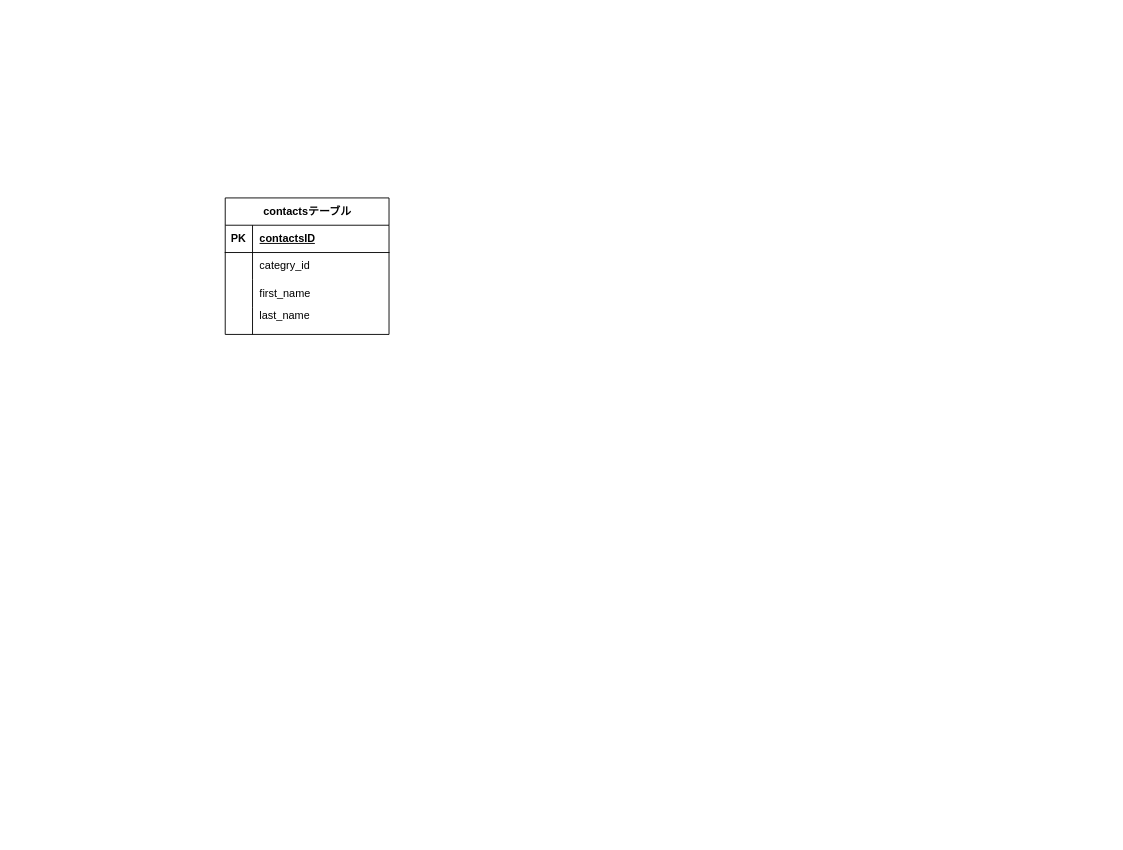
taotomo/test_contact-form keeps this draw.io diagram as docs/er-diagram.drawio. Above is the earlier version. Source tidied: cells renumbered, new cells numbered last; positions are measured from the earlier drawing's top-left corner, leaving out a move shared by most shapes. Both pictures are drawn from the tidied source at 91%, with x=0, y=0 at pixel (15, 15).
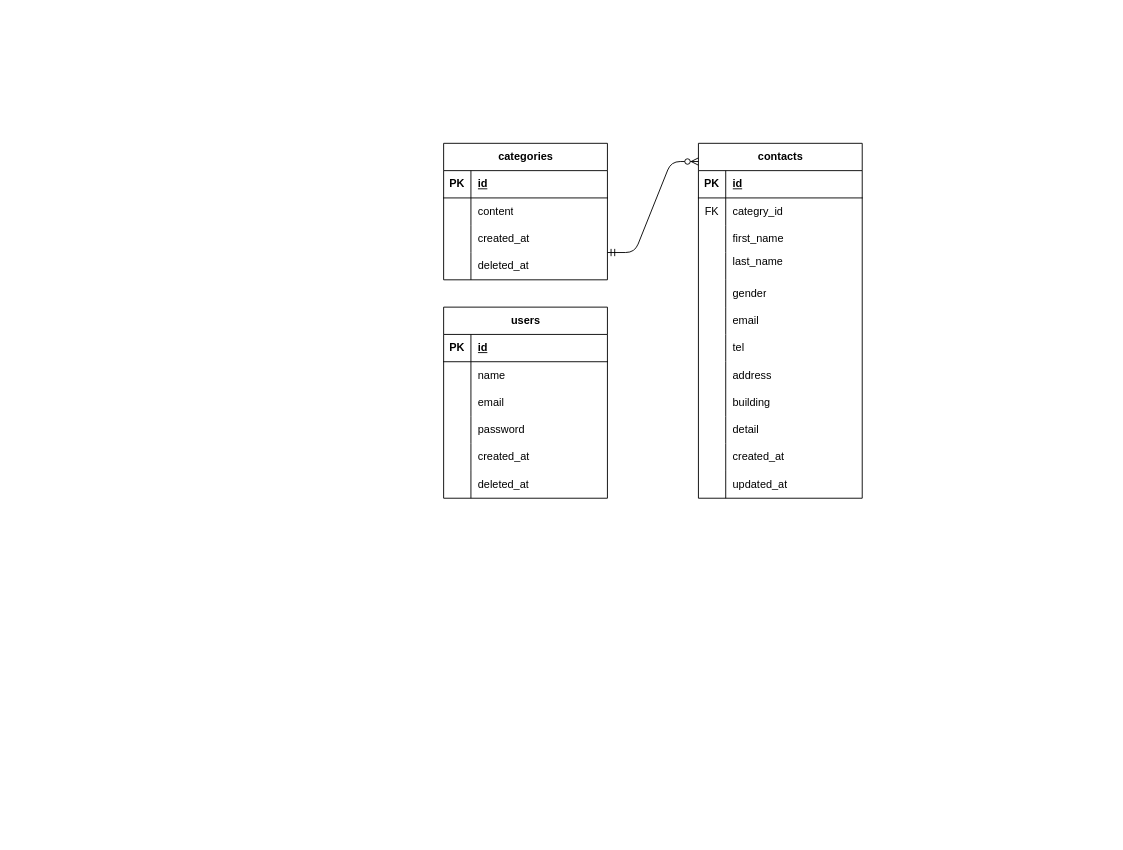
Above is the later version.

Unchanged cells that the change refers to:
```xml
<mxCell id="5" style="shape=tableRow;horizontal=0;startSize=0;swimlaneHead=0;swimlaneBody=0;fillColor=none;top=0;left=0;right=0;bottom=1;" parent="4" vertex="1">
  <mxGeometry y="30" width="180" height="30" as="geometry" />
</mxCell>
<mxCell id="8" style="shape=tableRow;horizontal=0;startSize=0;swimlaneHead=0;swimlaneBody=0;fillColor=none;top=0;left=0;right=0;bottom=0;" parent="4" vertex="1">
  <mxGeometry y="60" width="180" height="30" as="geometry" />
</mxCell>
<mxCell id="11" style="shape=tableRow;horizontal=0;startSize=0;swimlaneHead=0;swimlaneBody=0;fillColor=none;top=0;left=0;right=0;bottom=0;" parent="4" vertex="1">
  <mxGeometry y="90" width="180" height="30" as="geometry" />
</mxCell>
```

Change to the diagram source:
```diff
@@
-    <mxCell id="3" style="edgeStyle=elbowEdgeStyle;elbow=horizontal;rounded=1;html=1;endArrow=block;strokeColor=#ffffff;" parent="1" edge="1">
+    <mxCell id="3" style="edgeStyle=elbowEdgeStyle;elbow=horizontal;rounded=1;html=1;endArrow=block;strokeColor=#ffffff;" parent="1" edge="1" source="62">
       <mxGeometry relative="1" as="geometry">
-        <mxPoint x="620" y="240" as="sourcePoint" />
         <mxPoint x="530" y="240" as="targetPoint" />
       </mxGeometry>
     </mxCell>
-    <mxCell id="4" value="contactsテーブル" style="shape=table;startSize=30;childLayout=tableLayout;rowLines=0;fontStyle=1;align=center;html=1;" parent="1" vertex="1">
-      <mxGeometry x="230" y="200" width="180" height="150" as="geometry" />
+    <mxCell id="4" value="contacts" style="shape=table;startSize=30;childLayout=tableLayout;rowLines=0;fontStyle=1;align=center;html=1;" parent="1" vertex="1">
+      <mxGeometry x="750" y="140" width="180" height="390" as="geometry" />
     </mxCell>
@@
-    <mxCell id="7" value="contactsID" style="shape=partialRectangle;fillColor=none;top=0;left=0;bottom=0;right=0;align=left;spacingLeft=6;fontStyle=5;overflow=hidden;whiteSpace=wrap;html=1;" parent="5" vertex="1">
+    <mxCell id="7" value="id" style="shape=partialRectangle;fillColor=none;top=0;left=0;bottom=0;right=0;align=left;spacingLeft=6;fontStyle=5;overflow=hidden;whiteSpace=wrap;html=1;" parent="5" vertex="1">
       <mxGeometry x="30" width="150" height="30" as="geometry" />
     </mxCell>
@@
-    <mxCell id="9" style="shape=partialRectangle;fillColor=none;top=0;left=0;bottom=0;right=0;overflow=hidden;whiteSpace=wrap;html=1;" parent="8" vertex="1">
+    <mxCell id="9" value="FK" style="shape=partialRectangle;fillColor=none;top=0;left=0;bottom=0;right=0;overflow=hidden;whiteSpace=wrap;html=1;" parent="8" vertex="1">
       <mxGeometry width="30" height="30" as="geometry" />
     </mxCell>
@@
-    <mxCell id="13" value="first_name" style="shape=partialRectangle;fillColor=none;top=0;left=0;bottom=0;right=0;align=left;spacingLeft=6;overflow=hidden;whiteSpace=wrap;html=1;" parent="11" vertex="1">
+    <mxCell id="13" value="first_name&lt;span style=&quot;white-space: pre;&quot;&gt;&#9;&lt;/span&gt;" style="shape=partialRectangle;fillColor=none;top=0;left=0;bottom=0;right=0;align=left;spacingLeft=6;overflow=hidden;whiteSpace=wrap;html=1;" parent="11" vertex="1">
       <mxGeometry x="30" width="150" height="30" as="geometry" />
     </mxCell>
@@
+    <mxCell id="17" style="shape=tableRow;horizontal=0;startSize=0;swimlaneHead=0;swimlaneBody=0;fillColor=none;top=0;left=0;right=0;bottom=0;" parent="4" vertex="1">
+      <mxGeometry y="150" width="180" height="30" as="geometry" />
+    </mxCell>
+    <mxCell id="18" style="shape=partialRectangle;fillColor=none;top=0;left=0;bottom=0;right=0;overflow=hidden;whiteSpace=wrap;html=1;" parent="17" vertex="1">
+      <mxGeometry width="30" height="30" as="geometry" />
+    </mxCell>
+    <mxCell id="19" value="&lt;div&gt;gender&lt;/div&gt;" style="shape=partialRectangle;fillColor=none;top=0;left=0;bottom=0;right=0;align=left;spacingLeft=6;overflow=hidden;whiteSpace=wrap;html=1;" parent="17" vertex="1">
+      <mxGeometry x="30" width="150" height="30" as="geometry" />
+    </mxCell>
+    <mxCell id="20" style="shape=tableRow;horizontal=0;startSize=0;swimlaneHead=0;swimlaneBody=0;fillColor=none;top=0;left=0;right=0;bottom=0;" parent="4" vertex="1">
+      <mxGeometry y="180" width="180" height="30" as="geometry" />
+    </mxCell>
+    <mxCell id="21" style="shape=partialRectangle;fillColor=none;top=0;left=0;bottom=0;right=0;overflow=hidden;whiteSpace=wrap;html=1;" parent="20" vertex="1">
+      <mxGeometry width="30" height="30" as="geometry" />
+    </mxCell>
+    <mxCell id="22" value="&lt;div&gt;email&lt;/div&gt;" style="shape=partialRectangle;fillColor=none;top=0;left=0;bottom=0;right=0;align=left;spacingLeft=6;overflow=hidden;whiteSpace=wrap;html=1;" parent="20" vertex="1">
+      <mxGeometry x="30" width="150" height="30" as="geometry" />
+    </mxCell>
+    <mxCell id="23" style="shape=tableRow;horizontal=0;startSize=0;swimlaneHead=0;swimlaneBody=0;fillColor=none;top=0;left=0;right=0;bottom=0;" parent="4" vertex="1">
+      <mxGeometry y="210" width="180" height="30" as="geometry" />
+    </mxCell>
+    <mxCell id="24" style="shape=partialRectangle;fillColor=none;top=0;left=0;bottom=0;right=0;overflow=hidden;whiteSpace=wrap;html=1;" parent="23" vertex="1">
+      <mxGeometry width="30" height="30" as="geometry" />
+    </mxCell>
+    <mxCell id="25" value="&lt;div&gt;tel&lt;/div&gt;" style="shape=partialRectangle;fillColor=none;top=0;left=0;bottom=0;right=0;align=left;spacingLeft=6;overflow=hidden;whiteSpace=wrap;html=1;" parent="23" vertex="1">
+      <mxGeometry x="30" width="150" height="30" as="geometry" />
+    </mxCell>
+    <mxCell id="26" style="shape=tableRow;horizontal=0;startSize=0;swimlaneHead=0;swimlaneBody=0;fillColor=none;top=0;left=0;right=0;bottom=0;" parent="4" vertex="1">
+      <mxGeometry y="240" width="180" height="30" as="geometry" />
+    </mxCell>
+    <mxCell id="27" style="shape=partialRectangle;fillColor=none;top=0;left=0;bottom=0;right=0;overflow=hidden;whiteSpace=wrap;html=1;" parent="26" vertex="1">
+      <mxGeometry width="30" height="30" as="geometry" />
+    </mxCell>
+    <mxCell id="28" value="&lt;div&gt;address&lt;/div&gt;" style="shape=partialRectangle;fillColor=none;top=0;left=0;bottom=0;right=0;align=left;spacingLeft=6;overflow=hidden;whiteSpace=wrap;html=1;" parent="26" vertex="1">
+      <mxGeometry x="30" width="150" height="30" as="geometry" />
+    </mxCell>
+    <mxCell id="29" style="shape=tableRow;horizontal=0;startSize=0;swimlaneHead=0;swimlaneBody=0;fillColor=none;top=0;left=0;right=0;bottom=0;" parent="4" vertex="1">
+      <mxGeometry y="270" width="180" height="30" as="geometry" />
+    </mxCell>
+    <mxCell id="30" style="shape=partialRectangle;fillColor=none;top=0;left=0;bottom=0;right=0;overflow=hidden;whiteSpace=wrap;html=1;" parent="29" vertex="1">
+      <mxGeometry width="30" height="30" as="geometry" />
+    </mxCell>
+    <mxCell id="31" value="&lt;div&gt;building&lt;/div&gt;" style="shape=partialRectangle;fillColor=none;top=0;left=0;bottom=0;right=0;align=left;spacingLeft=6;overflow=hidden;whiteSpace=wrap;html=1;" parent="29" vertex="1">
+      <mxGeometry x="30" width="150" height="30" as="geometry" />
+    </mxCell>
+    <mxCell id="32" style="shape=tableRow;horizontal=0;startSize=0;swimlaneHead=0;swimlaneBody=0;fillColor=none;top=0;left=0;right=0;bottom=0;" parent="4" vertex="1">
+      <mxGeometry y="300" width="180" height="30" as="geometry" />
+    </mxCell>
+    <mxCell id="33" style="shape=partialRectangle;fillColor=none;top=0;left=0;bottom=0;right=0;overflow=hidden;whiteSpace=wrap;html=1;" parent="32" vertex="1">
+      <mxGeometry width="30" height="30" as="geometry" />
+    </mxCell>
+    <mxCell id="34" value="&lt;div&gt;detail&lt;/div&gt;" style="shape=partialRectangle;fillColor=none;top=0;left=0;bottom=0;right=0;align=left;spacingLeft=6;overflow=hidden;whiteSpace=wrap;html=1;" parent="32" vertex="1">
+      <mxGeometry x="30" width="150" height="30" as="geometry" />
+    </mxCell>
+    <mxCell id="35" style="shape=tableRow;horizontal=0;startSize=0;swimlaneHead=0;swimlaneBody=0;fillColor=none;top=0;left=0;right=0;bottom=0;" parent="4" vertex="1">
+      <mxGeometry y="330" width="180" height="30" as="geometry" />
+    </mxCell>
+    <mxCell id="36" style="shape=partialRectangle;fillColor=none;top=0;left=0;bottom=0;right=0;overflow=hidden;whiteSpace=wrap;html=1;" parent="35" vertex="1">
+      <mxGeometry width="30" height="30" as="geometry" />
+    </mxCell>
+    <mxCell id="37" value="created_at" style="shape=partialRectangle;fillColor=none;top=0;left=0;bottom=0;right=0;align=left;spacingLeft=6;overflow=hidden;whiteSpace=wrap;html=1;" parent="35" vertex="1">
+      <mxGeometry x="30" width="150" height="30" as="geometry" />
+    </mxCell>
+    <mxCell id="38" style="shape=tableRow;horizontal=0;startSize=0;swimlaneHead=0;swimlaneBody=0;fillColor=none;top=0;left=0;right=0;bottom=0;" parent="4" vertex="1">
+      <mxGeometry y="360" width="180" height="30" as="geometry" />
+    </mxCell>
+    <mxCell id="39" style="shape=partialRectangle;fillColor=none;top=0;left=0;bottom=0;right=0;overflow=hidden;whiteSpace=wrap;html=1;" parent="38" vertex="1">
+      <mxGeometry width="30" height="30" as="geometry" />
+    </mxCell>
+    <mxCell id="40" value="&lt;div&gt;updated_at&lt;/div&gt;" style="shape=partialRectangle;fillColor=none;top=0;left=0;bottom=0;right=0;align=left;spacingLeft=6;overflow=hidden;whiteSpace=wrap;html=1;" parent="38" vertex="1">
+      <mxGeometry x="30" width="150" height="30" as="geometry" />
+    </mxCell>
+    <mxCell id="41" value="users" style="shape=table;startSize=30;childLayout=tableLayout;rowLines=0;fontStyle=1;align=center;html=1;" parent="1" vertex="1">
+      <mxGeometry x="470" y="320" width="180" height="210" as="geometry" />
+    </mxCell>
+    <mxCell id="42" style="shape=tableRow;horizontal=0;startSize=0;swimlaneHead=0;swimlaneBody=0;fillColor=none;top=0;left=0;right=0;bottom=1;" parent="41" vertex="1">
+      <mxGeometry y="30" width="180" height="30" as="geometry" />
+    </mxCell>
+    <mxCell id="43" value="PK" style="shape=partialRectangle;fillColor=none;top=0;left=0;bottom=0;right=0;fontStyle=1;overflow=hidden;whiteSpace=wrap;html=1;" parent="42" vertex="1">
+      <mxGeometry width="30" height="30" as="geometry" />
+    </mxCell>
+    <mxCell id="44" value="id" style="shape=partialRectangle;fillColor=none;top=0;left=0;bottom=0;right=0;align=left;spacingLeft=6;fontStyle=5;overflow=hidden;whiteSpace=wrap;html=1;" parent="42" vertex="1">
+      <mxGeometry x="30" width="150" height="30" as="geometry" />
+    </mxCell>
+    <mxCell id="45" style="shape=tableRow;horizontal=0;startSize=0;swimlaneHead=0;swimlaneBody=0;fillColor=none;top=0;left=0;right=0;bottom=0;" parent="41" vertex="1">
+      <mxGeometry y="60" width="180" height="30" as="geometry" />
+    </mxCell>
+    <mxCell id="46" style="shape=partialRectangle;fillColor=none;top=0;left=0;bottom=0;right=0;overflow=hidden;whiteSpace=wrap;html=1;" parent="45" vertex="1">
+      <mxGeometry width="30" height="30" as="geometry" />
+    </mxCell>
+    <mxCell id="47" value="name" style="shape=partialRectangle;fillColor=none;top=0;left=0;bottom=0;right=0;align=left;spacingLeft=6;overflow=hidden;whiteSpace=wrap;html=1;" parent="45" vertex="1">
+      <mxGeometry x="30" width="150" height="30" as="geometry" />
+    </mxCell>
+    <mxCell id="48" style="shape=tableRow;horizontal=0;startSize=0;swimlaneHead=0;swimlaneBody=0;fillColor=none;top=0;left=0;right=0;bottom=0;" parent="41" vertex="1">
+      <mxGeometry y="90" width="180" height="30" as="geometry" />
+    </mxCell>
+    <mxCell id="49" style="shape=partialRectangle;fillColor=none;top=0;left=0;bottom=0;right=0;overflow=hidden;whiteSpace=wrap;html=1;" parent="48" vertex="1">
+      <mxGeometry width="30" height="30" as="geometry" />
+    </mxCell>
+    <mxCell id="50" value="email" style="shape=partialRectangle;fillColor=none;top=0;left=0;bottom=0;right=0;align=left;spacingLeft=6;overflow=hidden;whiteSpace=wrap;html=1;" parent="48" vertex="1">
+      <mxGeometry x="30" width="150" height="30" as="geometry" />
+    </mxCell>
+    <mxCell id="51" style="shape=tableRow;horizontal=0;startSize=0;swimlaneHead=0;swimlaneBody=0;fillColor=none;top=0;left=0;right=0;bottom=0;" parent="41" vertex="1">
+      <mxGeometry y="120" width="180" height="30" as="geometry" />
+    </mxCell>
+    <mxCell id="52" style="shape=partialRectangle;fillColor=none;top=0;left=0;bottom=0;right=0;overflow=hidden;whiteSpace=wrap;html=1;" parent="51" vertex="1">
+      <mxGeometry width="30" height="30" as="geometry" />
+    </mxCell>
+    <mxCell id="53" value="password" style="shape=partialRectangle;fillColor=none;top=0;left=0;bottom=0;right=0;align=left;spacingLeft=6;overflow=hidden;whiteSpace=wrap;html=1;" parent="51" vertex="1">
+      <mxGeometry x="30" width="150" height="30" as="geometry" />
+    </mxCell>
+    <mxCell id="54" style="shape=tableRow;horizontal=0;startSize=0;swimlaneHead=0;swimlaneBody=0;fillColor=none;top=0;left=0;right=0;bottom=0;" parent="41" vertex="1">
+      <mxGeometry y="150" width="180" height="30" as="geometry" />
+    </mxCell>
+    <mxCell id="55" style="shape=partialRectangle;fillColor=none;top=0;left=0;bottom=0;right=0;overflow=hidden;whiteSpace=wrap;html=1;" parent="54" vertex="1">
+      <mxGeometry width="30" height="30" as="geometry" />
+    </mxCell>
+    <mxCell id="56" value="created_at" style="shape=partialRectangle;fillColor=none;top=0;left=0;bottom=0;right=0;align=left;spacingLeft=6;overflow=hidden;whiteSpace=wrap;html=1;" parent="54" vertex="1">
+      <mxGeometry x="30" width="150" height="30" as="geometry" />
+    </mxCell>
+    <mxCell id="57" style="shape=tableRow;horizontal=0;startSize=0;swimlaneHead=0;swimlaneBody=0;fillColor=none;top=0;left=0;right=0;bottom=0;" parent="41" vertex="1">
+      <mxGeometry y="180" width="180" height="30" as="geometry" />
+    </mxCell>
+    <mxCell id="58" style="shape=partialRectangle;fillColor=none;top=0;left=0;bottom=0;right=0;overflow=hidden;whiteSpace=wrap;html=1;" parent="57" vertex="1">
+      <mxGeometry width="30" height="30" as="geometry" />
+    </mxCell>
+    <mxCell id="59" value="deleted_at" style="shape=partialRectangle;fillColor=none;top=0;left=0;bottom=0;right=0;align=left;spacingLeft=6;overflow=hidden;whiteSpace=wrap;html=1;" parent="57" vertex="1">
+      <mxGeometry x="30" width="150" height="30" as="geometry" />
+    </mxCell>
+    <mxCell id="60" style="edgeStyle=entityRelationEdgeStyle;fontSize=12;html=1;endArrow=ERzeroToMany;startArrow=ERmandOne;" parent="1" edge="1">
+      <mxGeometry relative="1" as="geometry">
+        <mxPoint x="650" y="260" as="sourcePoint" />
+        <mxPoint x="750" y="160" as="targetPoint" />
+      </mxGeometry>
+    </mxCell>
+    <mxCell id="61" style="edgeStyle=elbowEdgeStyle;elbow=horizontal;rounded=1;html=1;endArrow=block;strokeColor=#ffffff;" parent="1" edge="1" target="62">
+      <mxGeometry relative="1" as="geometry">
+        <mxPoint x="620" y="240" as="sourcePoint" />
+      </mxGeometry>
+    </mxCell>
+    <mxCell id="62" value="categories" style="shape=table;startSize=30;childLayout=tableLayout;rowLines=0;fontStyle=1;align=center;html=1;" parent="1" vertex="1">
+      <mxGeometry x="470" y="140" width="180" height="150" as="geometry" />
+    </mxCell>
+    <mxCell id="63" style="shape=tableRow;horizontal=0;startSize=0;swimlaneHead=0;swimlaneBody=0;fillColor=none;top=0;left=0;right=0;bottom=1;" parent="62" vertex="1">
+      <mxGeometry y="30" width="180" height="30" as="geometry" />
+    </mxCell>
+    <mxCell id="64" value="PK" style="shape=partialRectangle;fillColor=none;top=0;left=0;bottom=0;right=0;fontStyle=1;overflow=hidden;whiteSpace=wrap;html=1;" parent="63" vertex="1">
+      <mxGeometry width="30" height="30" as="geometry" />
+    </mxCell>
+    <mxCell id="65" value="id" style="shape=partialRectangle;fillColor=none;top=0;left=0;bottom=0;right=0;align=left;spacingLeft=6;fontStyle=5;overflow=hidden;whiteSpace=wrap;html=1;" parent="63" vertex="1">
+      <mxGeometry x="30" width="150" height="30" as="geometry" />
+    </mxCell>
+    <mxCell id="66" style="shape=tableRow;horizontal=0;startSize=0;swimlaneHead=0;swimlaneBody=0;fillColor=none;top=0;left=0;right=0;bottom=0;" parent="62" vertex="1">
+      <mxGeometry y="60" width="180" height="30" as="geometry" />
+    </mxCell>
+    <mxCell id="67" style="shape=partialRectangle;fillColor=none;top=0;left=0;bottom=0;right=0;overflow=hidden;whiteSpace=wrap;html=1;" parent="66" vertex="1">
+      <mxGeometry width="30" height="30" as="geometry" />
+    </mxCell>
+    <mxCell id="68" value="content" style="shape=partialRectangle;fillColor=none;top=0;left=0;bottom=0;right=0;align=left;spacingLeft=6;overflow=hidden;whiteSpace=wrap;html=1;" parent="66" vertex="1">
+      <mxGeometry x="30" width="150" height="30" as="geometry" />
+    </mxCell>
+    <mxCell id="69" style="shape=tableRow;horizontal=0;startSize=0;swimlaneHead=0;swimlaneBody=0;fillColor=none;top=0;left=0;right=0;bottom=0;" parent="62" vertex="1">
+      <mxGeometry y="90" width="180" height="30" as="geometry" />
+    </mxCell>
+    <mxCell id="70" style="shape=partialRectangle;fillColor=none;top=0;left=0;bottom=0;right=0;overflow=hidden;whiteSpace=wrap;html=1;" parent="69" vertex="1">
+      <mxGeometry width="30" height="30" as="geometry" />
+    </mxCell>
+    <mxCell id="71" value="created_at" style="shape=partialRectangle;fillColor=none;top=0;left=0;bottom=0;right=0;align=left;spacingLeft=6;overflow=hidden;whiteSpace=wrap;html=1;" parent="69" vertex="1">
+      <mxGeometry x="30" width="150" height="30" as="geometry" />
+    </mxCell>
+    <mxCell id="72" style="shape=tableRow;horizontal=0;startSize=0;swimlaneHead=0;swimlaneBody=0;fillColor=none;top=0;left=0;right=0;bottom=0;" parent="62" vertex="1">
+      <mxGeometry y="120" width="180" height="30" as="geometry" />
+    </mxCell>
+    <mxCell id="73" style="shape=partialRectangle;fillColor=none;top=0;left=0;bottom=0;right=0;overflow=hidden;whiteSpace=wrap;html=1;" parent="72" vertex="1">
+      <mxGeometry width="30" height="30" as="geometry" />
+    </mxCell>
+    <mxCell id="74" value="deleted_at" style="shape=partialRectangle;fillColor=none;top=0;left=0;bottom=0;right=0;align=left;spacingLeft=6;overflow=hidden;whiteSpace=wrap;html=1;" parent="72" vertex="1">
+      <mxGeometry x="30" width="150" height="30" as="geometry" />
+    </mxCell>
```
